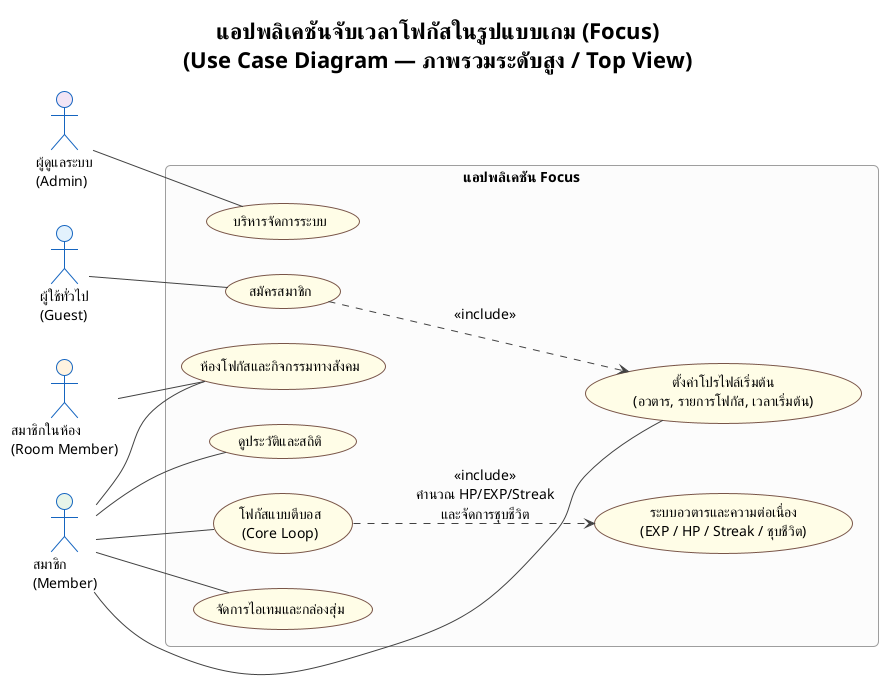
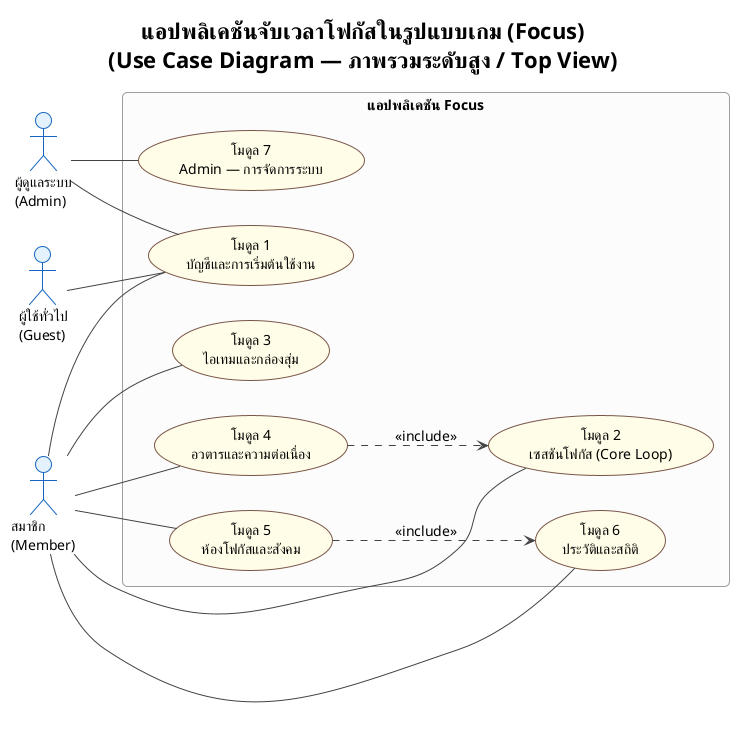
@startuml focus_usecase_overview
!theme plain
skinparam defaultFontName TH Sarabun New
skinparam defaultFontSize 14
skinparam roundcorner 10

skinparam usecase {
  BackgroundColor #FFFDE7
  BorderColor #795548
}
skinparam actor {
  BackgroundColor #E3F2FD
  BorderColor #1565C0
}
skinparam rectangle {
  BackgroundColor #FCFCFC
  BorderColor #9E9E9E
}
skinparam ArrowColor #424242
- skinparam noteBackgroundColor #FFF8E1
- skinparam noteBorderColor #FF8F00

title <b>แอปพลิเคชันจับเวลาโฟกัสในรูปแบบเกม (Focus)</b>\n(Use Case Diagram — ภาพรวมระดับสูง / Top View)

left to right direction

- actor "ผู้ใช้ทั่วไป\n(Guest)" as Guest #E3F2FD
- actor "สมาชิก\n(Member)" as Member #E8F5E9
- actor "สมาชิกในห้อง\n(Room Member)" as RoomMember #FFF3E0
- actor "ผู้ดูแลระบบ\n(Admin)" as Admin #F3E5F5
+ actor "ผู้ใช้ทั่วไป\n(Guest)" as Guest
+ actor "สมาชิก\n(Member)" as Member
+ actor "ผู้ดูแลระบบ\n(Admin)" as Admin

rectangle "แอปพลิเคชัน Focus" {
-   usecase "สมัครสมาชิก" as UCA
-   usecase "ตั้งค่าโปรไฟล์เริ่มต้น\n(อวตาร, รายการโฟกัส, เวลาเริ่มต้น)" as UCB
-   usecase "โฟกัสแบบตีบอส\n(Core Loop)" as UCC
-   usecase "จัดการไอเทมและกล่องสุ่ม" as UCD
-   usecase "ระบบอวตารและความต่อเนื่อง\n(EXP / HP / Streak / ชุบชีวิต)" as UCE
-   usecase "ห้องโฟกัสและกิจกรรมทางสังคม" as UCF
-   usecase "ดูประวัติและสถิติ" as UCG
-   usecase "บริหารจัดการระบบ" as UCH
+   usecase "โมดูล 1\nบัญชีและการเริ่มต้นใช้งาน" as M1
+   usecase "โมดูล 2\nเซสชันโฟกัส (Core Loop)" as M2
+   usecase "โมดูล 3\nไอเทมและกล่องสุ่ม" as M3
+   usecase "โมดูล 4\nอวตารและความต่อเนื่อง" as M4
+   usecase "โมดูล 5\nห้องโฟกัสและสังคม" as M5
+   usecase "โมดูล 6\nประวัติและสถิติ" as M6
+   usecase "โมดูล 7\nAdmin — การจัดการระบบ" as M7
}

- Guest -- UCA
- Member -- UCB
- Member -- UCC
- Member -- UCD
- Member -- UCF
- Member -- UCG
- RoomMember -- UCF
- Admin -- UCH
+ ' ===== ความสัมพันธ์ actor–use case (เส้นธรรมดา) =====
+ Guest -- M1
+ Member -- M1
+ Admin -- M1
+ Member -- M2
+ Member -- M3
+ Member -- M4
+ Member -- M5
+ Member -- M6
+ Admin -- M7

- UCA ..> UCB : <<include>>
- UCC ..> UCE : <<include>>\nคำนวณ HP/EXP/Streak\nและจัดการชุบชีวิต
+ ' ===== ความสัมพันธ์ระหว่างโมดูล =====
+ ' หมายเหตุ: HP Decay/Streak/เลเวลอัพ ถูกยุบรวมเป็น business rules ของโมดูล 2 แล้ว
+ ' ไม่ใช่ use case แยกที่ต้องวาดเป็นความสัมพันธ์ระหว่างโมดูลอีกต่อไป
+ M4 ..> M2 : <<include>>
+ M5 ..> M6 : <<include>>

@enduml
